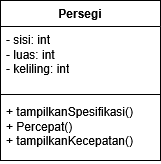
d1041241074-droid/PEMROGRAMAN-BERORIENTASI-OBJEK keeps this draw.io diagram as pertemuan9/ClassDiagramPersegi.drawio.png. Above is the earlier version. Source tidied: cells renumbered, new cells last; positions are measured from the earlier drawing's top-left corner, leaving out a move shared by most shapes.
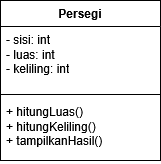
After the change.

Commit message:
Menambahkan Tugas Mandiri Pertemuan 9

What changed in the source:
```diff
@@ -11,7 +11,7 @@
     <mxCell id="4" style="line;strokeWidth=1;fillColor=none;align=left;verticalAlign=middle;spacingTop=-1;spacingLeft=3;spacingRight=3;labelPosition=right;strokeColor=inherit;" parent="2" vertex="1">
       <mxGeometry y="90" width="160" height="8" as="geometry" />
     </mxCell>
-    <mxCell id="5" value="&lt;div&gt;+ tampilkanSpesifikasi()&lt;/div&gt;&lt;div&gt;+ Percepat()&lt;/div&gt;&lt;div&gt;+ tampilkanKecepatan()&lt;/div&gt;" style="text;strokeColor=none;fillColor=none;align=left;verticalAlign=top;spacingLeft=4;spacingRight=4;overflow=hidden;whiteSpace=wrap;html=1;" parent="2" vertex="1">
+    <mxCell id="5" value="&lt;div&gt;+ hitungLuas()&lt;/div&gt;&lt;div&gt;+ hitungKeliling()&lt;/div&gt;&lt;div&gt;+ tampilkanHasil()&lt;/div&gt;" style="text;strokeColor=none;fillColor=none;align=left;verticalAlign=top;spacingLeft=4;spacingRight=4;overflow=hidden;whiteSpace=wrap;html=1;" parent="2" vertex="1">
       <mxGeometry y="98" width="160" height="62" as="geometry" />
     </mxCell>
   </root>
```
